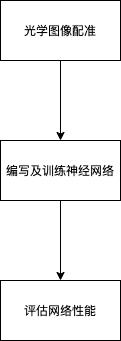
ZaneWiegand/Microscope-SR keeps this draw.io diagram as main-flow.png. Above is the earlier version. Source tidied: cells renumbered, new cells last; positions are measured from the earlier drawing's top-left corner, leaving out a move shared by most shapes. The source it was exported from:
```xml
<mxGraphModel>
  <root>
    <mxCell id="0" />
    <mxCell id="1" parent="0" />
    <mxCell id="2" style="edgeStyle=none;html=1;" parent="1" edge="1" source="3" target="5">
      <mxGeometry relative="1" as="geometry" />
    </mxCell>
    <mxCell id="3" value="&lt;font color=&quot;#000000&quot;&gt;光学图像配准&lt;/font&gt;" style="rounded=0;whiteSpace=wrap;html=1;fillColor=#FFFFFF;" parent="1" vertex="1">
      <mxGeometry width="120" height="60" as="geometry" />
    </mxCell>
    <mxCell id="4" style="edgeStyle=none;html=1;" parent="1" edge="1" source="5" target="6">
      <mxGeometry relative="1" as="geometry" />
    </mxCell>
    <mxCell id="5" value="&lt;font color=&quot;#000000&quot;&gt;编写及训练神经网络&lt;/font&gt;" style="rounded=0;whiteSpace=wrap;html=1;fillColor=#FFFFFF;" parent="1" vertex="1">
      <mxGeometry y="140" width="120" height="60" as="geometry" />
    </mxCell>
    <mxCell id="6" value="&lt;font color=&quot;#000000&quot;&gt;评估网络性能&lt;/font&gt;" style="rounded=0;whiteSpace=wrap;html=1;fillColor=#FFFFFF;" parent="1" vertex="1">
      <mxGeometry y="280" width="120" height="60" as="geometry" />
    </mxCell>
  </root>
</mxGraphModel>
```
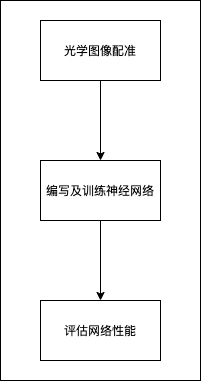
Above is the later version.

The edit, as a diff of the source:
```diff
@@ -2,19 +2,22 @@
   <root>
     <mxCell id="0" />
     <mxCell id="1" parent="0" />
+    <mxCell id="7" style="rounded=0;whiteSpace=wrap;html=1;fillColor=#FFFFFF;" parent="1" vertex="1">
+      <mxGeometry x="-40" y="-20" width="200" height="380" as="geometry" />
+    </mxCell>
-    <mxCell id="2" style="edgeStyle=none;html=1;" parent="1" edge="1" source="3" target="5">
+    <mxCell id="2" style="edgeStyle=none;html=1;strokeColor=#000000;" parent="1" edge="1" source="3" target="5">
       <mxGeometry relative="1" as="geometry" />
     </mxCell>
-    <mxCell id="3" value="&lt;font color=&quot;#000000&quot;&gt;光学图像配准&lt;/font&gt;" style="rounded=0;whiteSpace=wrap;html=1;fillColor=#FFFFFF;" parent="1" vertex="1">
+    <mxCell id="3" value="&lt;font color=&quot;#000000&quot;&gt;光学图像配准&lt;/font&gt;" style="rounded=0;whiteSpace=wrap;html=1;fillColor=#FFFFFF;strokeColor=#000000;" parent="1" vertex="1">
       <mxGeometry width="120" height="60" as="geometry" />
     </mxCell>
-    <mxCell id="4" style="edgeStyle=none;html=1;" parent="1" edge="1" source="5" target="6">
+    <mxCell id="4" style="edgeStyle=none;html=1;strokeColor=#000000;" parent="1" edge="1" source="5" target="6">
       <mxGeometry relative="1" as="geometry" />
     </mxCell>
-    <mxCell id="5" value="&lt;font color=&quot;#000000&quot;&gt;编写及训练神经网络&lt;/font&gt;" style="rounded=0;whiteSpace=wrap;html=1;fillColor=#FFFFFF;" parent="1" vertex="1">
+    <mxCell id="5" value="&lt;font color=&quot;#000000&quot;&gt;编写及训练神经网络&lt;/font&gt;" style="rounded=0;whiteSpace=wrap;html=1;fillColor=#FFFFFF;strokeColor=#000000;" parent="1" vertex="1">
       <mxGeometry y="140" width="120" height="60" as="geometry" />
     </mxCell>
-    <mxCell id="6" value="&lt;font color=&quot;#000000&quot;&gt;评估网络性能&lt;/font&gt;" style="rounded=0;whiteSpace=wrap;html=1;fillColor=#FFFFFF;" parent="1" vertex="1">
+    <mxCell id="6" value="&lt;font color=&quot;#000000&quot;&gt;评估网络性能&lt;/font&gt;" style="rounded=0;whiteSpace=wrap;html=1;fillColor=#FFFFFF;strokeColor=#000000;" parent="1" vertex="1">
       <mxGeometry y="280" width="120" height="60" as="geometry" />
     </mxCell>
   </root>
```
